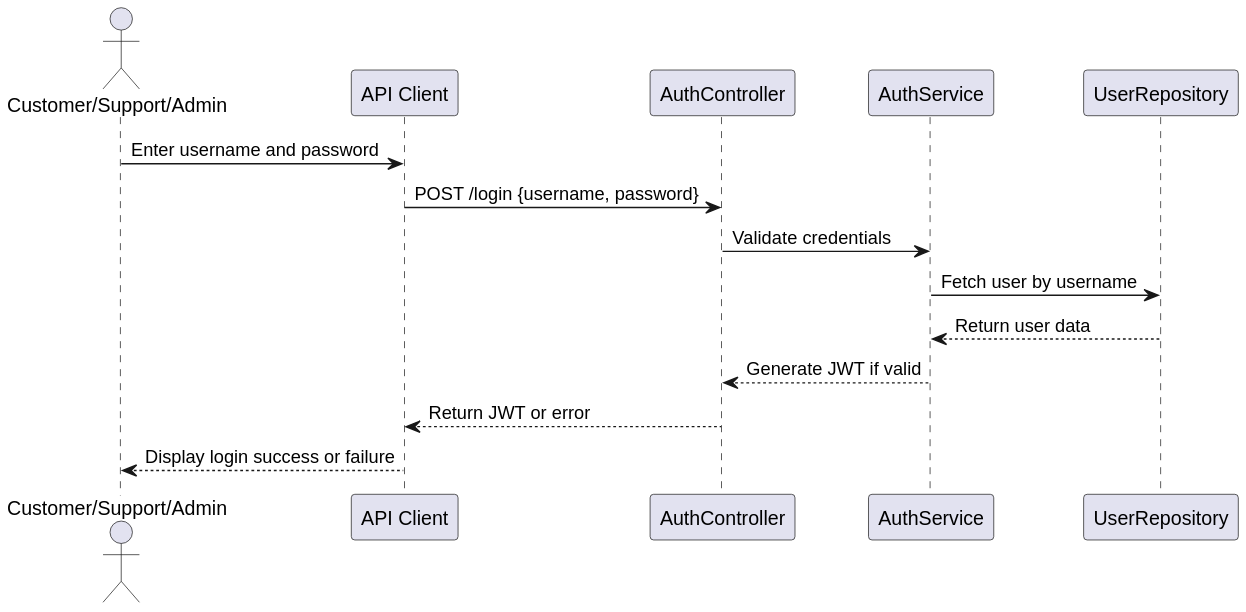
Earlier version of the PlantUML export Deliverables/Phase1/UseCases/UC1_Login/resources/UseCase1.svg (mei-desofs/desofs2026-wed_nap_1-1). The source it was exported from:
```plantuml
@startuml
actor User as "Customer/Support/Admin"
participant "API Client" as API
participant "AuthController" as AC
participant "AuthService" as AS
participant "UserRepository" as UR

User -> API: Enter username and password
API -> AC: POST /login {username, password}
AC -> AS: Validate credentials
AS -> UR: Fetch user by username
UR --> AS: Return user data
AS --> AC: Generate JWT if valid
AC --> API: Return JWT or error
API --> User: Display login success or failure
@enduml
```
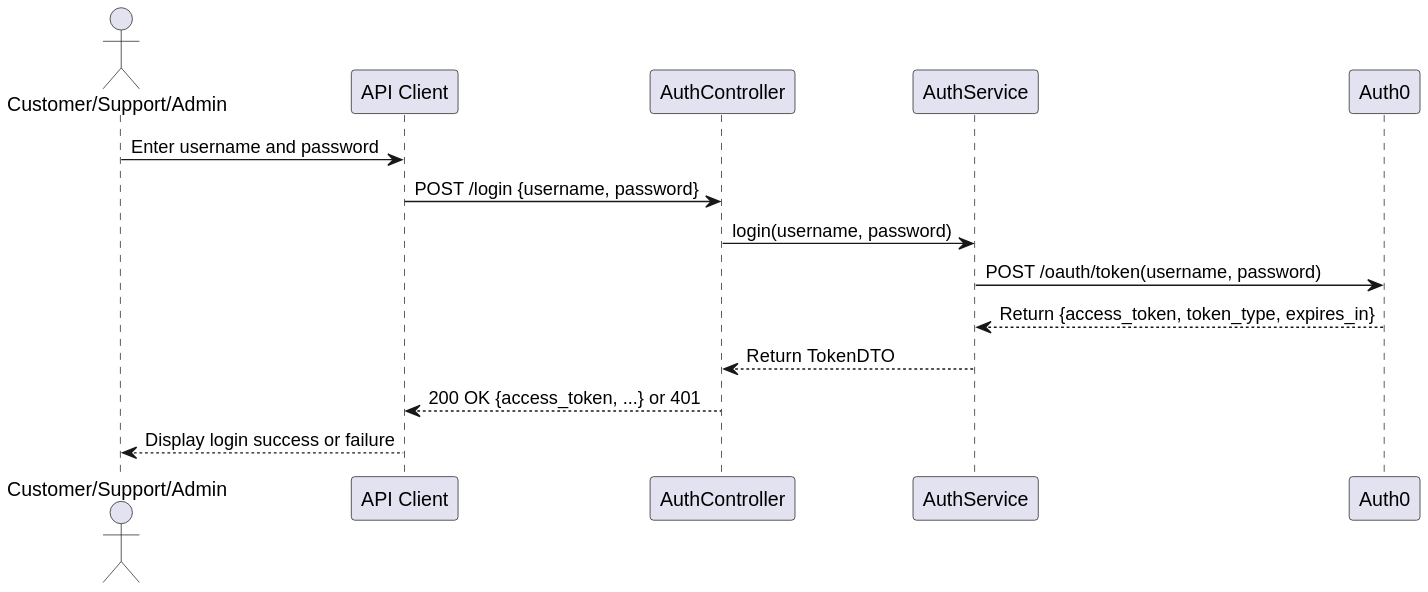
After the commit.

Commit message:
UC1 - login (fix to integrate auth0 api)

What changed in the source:
```diff
@@ -3,14 +3,14 @@
 participant "API Client" as API
 participant "AuthController" as AC
 participant "AuthService" as AS
-participant "UserRepository" as UR
+participant "Auth0" as AUTH0
 
 User -> API: Enter username and password
 API -> AC: POST /login {username, password}
-AC -> AS: Validate credentials
-AS -> UR: Fetch user by username
-UR --> AS: Return user data
-AS --> AC: Generate JWT if valid
-AC --> API: Return JWT or error
+AC -> AS: login(username, password)
+AS -> AUTH0: POST /oauth/token(username, password)
+AUTH0 --> AS: Return {access_token, token_type, expires_in}
+AS --> AC: Return TokenDTO
+AC --> API: 200 OK {access_token, ...} or 401
 API --> User: Display login success or failure
 @enduml
```
